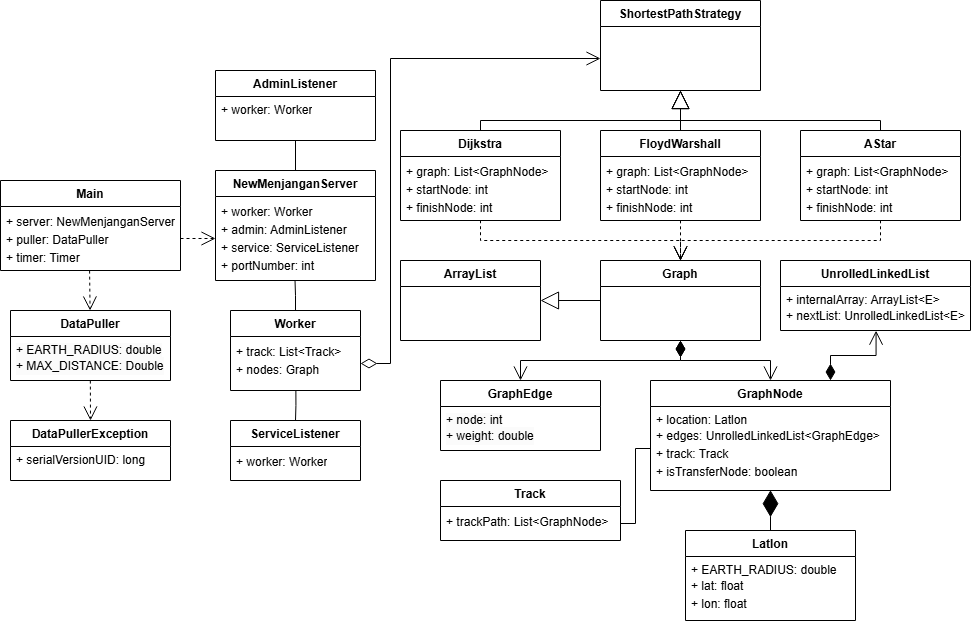
MuhammadAldiRivandi/Skripsi keeps this draw.io diagram as doc/DokumenSkripsi/Gambar/class-diagram-2.png. Above is the earlier version. Source tidied: cells renumbered, new cells last; positions are measured from the earlier drawing's top-left corner, leaving out a move shared by most shapes.
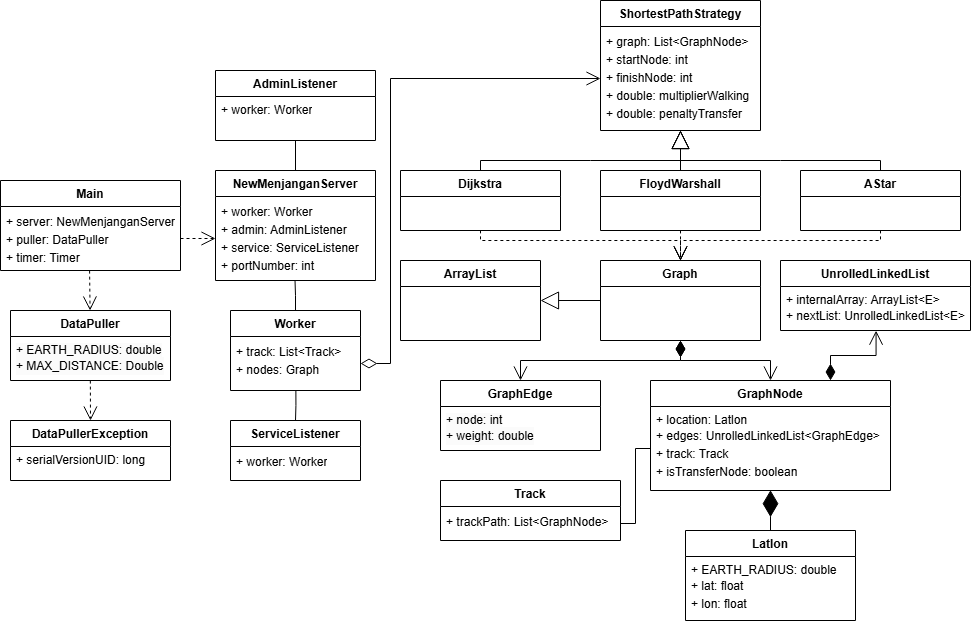
After the commit.

Change to the diagram source:
```diff
@@ -63,11 +63,11 @@
       <mxGeometry relative="1" as="geometry" />
     </mxCell>
     <mxCell id="22" value="Dijkstra" style="swimlane;fontStyle=1;align=center;verticalAlign=top;horizontal=1;startSize=26;whiteSpace=wrap;html=1;" parent="1" vertex="1">
-      <mxGeometry x="400" y="130" width="160" height="90" as="geometry" />
+      <mxGeometry x="400" y="170" width="160" height="60" as="geometry" />
     </mxCell>
-    <mxCell id="23" value="&lt;div style=&quot;line-height: 18px;&quot;&gt;&lt;div style=&quot;line-height: 18px;&quot;&gt;+&amp;nbsp;graph: List&amp;lt;GraphNode&amp;gt;&lt;/div&gt;&lt;div style=&quot;line-height: 18px;&quot;&gt;+ startNode: int&lt;/div&gt;&lt;div style=&quot;line-height: 18px;&quot;&gt;+ finishNode: int&lt;/div&gt;&lt;div style=&quot;line-height: 18px;&quot;&gt;&lt;br&gt;&lt;/div&gt;&lt;/div&gt;" style="text;strokeColor=none;fillColor=none;align=left;verticalAlign=top;spacingLeft=4;spacingRight=4;overflow=hidden;points=[[0,0.5],[1,0.5]];portConstraint=eastwest;whiteSpace=wrap;html=1;" parent="22" vertex="1">
-      <mxGeometry y="26" width="160" height="64" as="geometry" />
-    </mxCell>
+    <mxCell id="55" value="&lt;div style=&quot;line-height: 18px;&quot;&gt;&lt;div style=&quot;line-height: 18px;&quot;&gt;&lt;br&gt;&lt;/div&gt;&lt;/div&gt;" style="text;strokeColor=none;fillColor=none;align=left;verticalAlign=top;spacingLeft=4;spacingRight=4;overflow=hidden;points=[[0,0.5],[1,0.5]];portConstraint=eastwest;whiteSpace=wrap;html=1;" parent="22" vertex="1">
+      <mxGeometry y="26" width="160" height="34" as="geometry" />
+    </mxCell>
     <mxCell id="24" value="Graph" style="swimlane;fontStyle=1;align=center;verticalAlign=top;horizontal=1;startSize=26;whiteSpace=wrap;html=1;" parent="1" vertex="1">
       <mxGeometry x="600" y="260" width="160" height="80" as="geometry" />
     </mxCell>
@@ -120,78 +120,80 @@
       <mxGeometry x="400" y="260" width="140" height="80" as="geometry" />
     </mxCell>
     <mxCell id="41" value="ShortestPathStrategy" style="swimlane;fontStyle=1;align=center;verticalAlign=top;horizontal=1;startSize=26;whiteSpace=wrap;html=1;" parent="1" vertex="1">
-      <mxGeometry x="600" width="160" height="90" as="geometry" />
+      <mxGeometry x="600" width="160" height="130" as="geometry" />
     </mxCell>
-    <mxCell id="42" value="&lt;div style=&quot;line-height: 18px;&quot;&gt;&lt;br&gt;&lt;/div&gt;" style="text;strokeColor=none;fillColor=none;align=left;verticalAlign=top;spacingLeft=4;spacingRight=4;overflow=hidden;points=[[0,0.5],[1,0.5]];portConstraint=eastwest;whiteSpace=wrap;html=1;" parent="41" vertex="1">
-      <mxGeometry y="26" width="160" height="64" as="geometry" />
-    </mxCell>
+    <mxCell id="56" value="&lt;div style=&quot;line-height: 18px;&quot;&gt;&lt;div style=&quot;line-height: 18px;&quot;&gt;+&amp;nbsp;graph: List&amp;lt;GraphNode&amp;gt;&lt;/div&gt;&lt;div style=&quot;line-height: 18px;&quot;&gt;+ startNode: int&lt;/div&gt;&lt;div style=&quot;line-height: 18px;&quot;&gt;+ finishNode: int&lt;/div&gt;&lt;div style=&quot;line-height: 18px;&quot;&gt;&lt;div style=&quot;line-height: 18px;&quot;&gt;+&amp;nbsp;double: multiplierWalking&lt;/div&gt;&lt;div style=&quot;line-height: 18px;&quot;&gt;+ double: penaltyTransfer&lt;/div&gt;&lt;/div&gt;&lt;/div&gt;" style="text;strokeColor=none;fillColor=none;align=left;verticalAlign=top;spacingLeft=4;spacingRight=4;overflow=hidden;points=[[0,0.5],[1,0.5]];portConstraint=eastwest;whiteSpace=wrap;html=1;" parent="41" vertex="1">
+      <mxGeometry y="26" width="160" height="104" as="geometry" />
+    </mxCell>
     <mxCell id="43" value="AStar" style="swimlane;fontStyle=1;align=center;verticalAlign=top;horizontal=1;startSize=26;whiteSpace=wrap;html=1;" parent="1" vertex="1">
-      <mxGeometry x="800" y="130" width="160" height="90" as="geometry" />
+      <mxGeometry x="800" y="170" width="160" height="60" as="geometry" />
     </mxCell>
-    <mxCell id="44" value="&lt;div style=&quot;line-height: 18px;&quot;&gt;&lt;div style=&quot;line-height: 18px;&quot;&gt;+&amp;nbsp;graph: List&amp;lt;GraphNode&amp;gt;&lt;/div&gt;&lt;div style=&quot;line-height: 18px;&quot;&gt;+ startNode: int&lt;/div&gt;&lt;div style=&quot;line-height: 18px;&quot;&gt;+ finishNode: int&lt;/div&gt;&lt;div style=&quot;line-height: 18px;&quot;&gt;&lt;br&gt;&lt;/div&gt;&lt;/div&gt;" style="text;strokeColor=none;fillColor=none;align=left;verticalAlign=top;spacingLeft=4;spacingRight=4;overflow=hidden;points=[[0,0.5],[1,0.5]];portConstraint=eastwest;whiteSpace=wrap;html=1;" parent="43" vertex="1">
-      <mxGeometry y="26" width="160" height="64" as="geometry" />
-    </mxCell>
+    <mxCell id="57" value="&lt;div style=&quot;line-height: 18px;&quot;&gt;&lt;div style=&quot;line-height: 18px;&quot;&gt;&lt;br&gt;&lt;/div&gt;&lt;/div&gt;" style="text;strokeColor=none;fillColor=none;align=left;verticalAlign=top;spacingLeft=4;spacingRight=4;overflow=hidden;points=[[0,0.5],[1,0.5]];portConstraint=eastwest;whiteSpace=wrap;html=1;" parent="43" vertex="1">
+      <mxGeometry y="26" width="160" height="34" as="geometry" />
+    </mxCell>
     <mxCell id="45" value="FloydWarshall" style="swimlane;fontStyle=1;align=center;verticalAlign=top;horizontal=1;startSize=26;whiteSpace=wrap;html=1;" parent="1" vertex="1">
-      <mxGeometry x="600" y="130" width="160" height="90" as="geometry" />
+      <mxGeometry x="600" y="170" width="160" height="60" as="geometry" />
     </mxCell>
-    <mxCell id="46" value="&lt;div style=&quot;line-height: 18px;&quot;&gt;&lt;div style=&quot;line-height: 18px;&quot;&gt;+&amp;nbsp;graph: List&amp;lt;GraphNode&amp;gt;&lt;/div&gt;&lt;div style=&quot;line-height: 18px;&quot;&gt;+ startNode: int&lt;/div&gt;&lt;div style=&quot;line-height: 18px;&quot;&gt;+ finishNode: int&lt;/div&gt;&lt;div style=&quot;line-height: 18px;&quot;&gt;&lt;br&gt;&lt;/div&gt;&lt;/div&gt;" style="text;strokeColor=none;fillColor=none;align=left;verticalAlign=top;spacingLeft=4;spacingRight=4;overflow=hidden;points=[[0,0.5],[1,0.5]];portConstraint=eastwest;whiteSpace=wrap;html=1;" parent="45" vertex="1">
-      <mxGeometry y="26" width="160" height="64" as="geometry" />
-    </mxCell>
+    <mxCell id="58" value="&lt;div style=&quot;line-height: 18px;&quot;&gt;&lt;div style=&quot;line-height: 18px;&quot;&gt;&lt;br&gt;&lt;/div&gt;&lt;/div&gt;" style="text;strokeColor=none;fillColor=none;align=left;verticalAlign=top;spacingLeft=4;spacingRight=4;overflow=hidden;points=[[0,0.5],[1,0.5]];portConstraint=eastwest;whiteSpace=wrap;html=1;" parent="45" vertex="1">
+      <mxGeometry y="26" width="160" height="34" as="geometry" />
+    </mxCell>
     <mxCell id="47" style="endArrow=block;endSize=16;endFill=0;html=1;rounded=0;exitX=0;exitY=0.5;exitDx=0;exitDy=0;entryX=1;entryY=0.5;entryDx=0;entryDy=0;" parent="1" edge="1" source="24" target="40">
       <mxGeometry relative="1" as="geometry" />
     </mxCell>
-    <mxCell id="48" style="endArrow=open;endSize=12;dashed=1;html=1;rounded=0;exitX=0.5;exitY=0.996;exitDx=0;exitDy=0;exitPerimeter=0;entryX=0.5;entryY=0;entryDx=0;entryDy=0;" parent="1" edge="1" source="23" target="24">
-      <mxGeometry relative="1" as="geometry">
-        <Array as="points">
-          <mxPoint x="480" y="240" />
-          <mxPoint x="680" y="240" />
-        </Array>
-      </mxGeometry>
-    </mxCell>
-    <mxCell id="49" style="endArrow=open;endSize=12;dashed=1;html=1;rounded=0;exitX=0.5;exitY=0.998;exitDx=0;exitDy=0;exitPerimeter=0;" parent="1" edge="1" source="46">
-      <mxGeometry relative="1" as="geometry">
-        <mxPoint x="680" y="260" as="targetPoint" />
-      </mxGeometry>
-    </mxCell>
-    <mxCell id="50" style="endArrow=open;endSize=12;dashed=1;html=1;rounded=0;exitX=0.5;exitY=0.997;exitDx=0;exitDy=0;exitPerimeter=0;" parent="1" edge="1" source="44">
-      <mxGeometry relative="1" as="geometry">
-        <mxPoint x="680" y="260" as="targetPoint" />
-        <Array as="points">
-          <mxPoint x="880" y="240" />
-          <mxPoint x="680" y="240" />
-        </Array>
-      </mxGeometry>
-    </mxCell>
-    <mxCell id="51" style="endArrow=open;html=1;endSize=12;startArrow=diamondThin;startSize=14;startFill=0;edgeStyle=orthogonalEdgeStyle;align=left;verticalAlign=bottom;rounded=0;exitX=1;exitY=0.5;exitDx=0;exitDy=0;entryX=0;entryY=0.5;entryDx=0;entryDy=0;" parent="1" edge="1" source="17" target="42">
-      <mxGeometry x="-1" y="3" relative="1" as="geometry">
-        <Array as="points">
-          <mxPoint x="390" y="363" />
-          <mxPoint x="390" y="58" />
-        </Array>
-      </mxGeometry>
-    </mxCell>
-    <mxCell id="52" style="endArrow=block;endSize=16;endFill=0;html=1;rounded=0;exitX=0.5;exitY=0;exitDx=0;exitDy=0;" parent="1" edge="1" source="22">
-      <mxGeometry relative="1" as="geometry">
-        <mxPoint x="680" y="90" as="targetPoint" />
-        <Array as="points">
-          <mxPoint x="480" y="120" />
-          <mxPoint x="680" y="120" />
-        </Array>
-      </mxGeometry>
-    </mxCell>
-    <mxCell id="53" style="endArrow=block;endSize=16;endFill=0;html=1;rounded=0;exitX=0.5;exitY=0;exitDx=0;exitDy=0;" parent="1" edge="1" source="45">
-      <mxGeometry relative="1" as="geometry">
-        <mxPoint x="680" y="90" as="targetPoint" />
-      </mxGeometry>
-    </mxCell>
-    <mxCell id="54" style="endArrow=block;endSize=16;endFill=0;html=1;rounded=0;exitX=0.5;exitY=0;exitDx=0;exitDy=0;" parent="1" edge="1" source="43">
-      <mxGeometry x="0.08" relative="1" as="geometry">
-        <mxPoint x="680" y="90" as="targetPoint" />
-        <Array as="points">
-          <mxPoint x="880" y="120" />
-          <mxPoint x="680" y="120" />
-        </Array>
-      </mxGeometry>
-    </mxCell>
+    <mxCell id="59" style="endArrow=open;endSize=12;dashed=1;html=1;rounded=0;exitX=0.5;exitY=0.996;exitDx=0;exitDy=0;exitPerimeter=0;entryX=0.5;entryY=0;entryDx=0;entryDy=0;" parent="1" edge="1" source="55" target="24">
+      <mxGeometry relative="1" as="geometry">
+        <Array as="points">
+          <mxPoint x="480" y="240" />
+          <mxPoint x="680" y="240" />
+        </Array>
+      </mxGeometry>
+    </mxCell>
+    <mxCell id="60" style="endArrow=open;endSize=12;dashed=1;html=1;rounded=0;exitX=0.5;exitY=0.998;exitDx=0;exitDy=0;exitPerimeter=0;" parent="1" edge="1" source="58">
+      <mxGeometry relative="1" as="geometry">
+        <mxPoint x="680" y="260" as="targetPoint" />
+      </mxGeometry>
+    </mxCell>
+    <mxCell id="61" style="endArrow=open;endSize=12;dashed=1;html=1;rounded=0;exitX=0.5;exitY=0.997;exitDx=0;exitDy=0;exitPerimeter=0;" parent="1" edge="1" source="57">
+      <mxGeometry relative="1" as="geometry">
+        <mxPoint x="680" y="260" as="targetPoint" />
+        <Array as="points">
+          <mxPoint x="880" y="240" />
+          <mxPoint x="680" y="240" />
+        </Array>
+      </mxGeometry>
+    </mxCell>
+    <mxCell id="62" style="endArrow=open;html=1;endSize=12;startArrow=diamondThin;startSize=14;startFill=0;edgeStyle=orthogonalEdgeStyle;align=left;verticalAlign=bottom;rounded=0;exitX=1;exitY=0.5;exitDx=0;exitDy=0;entryX=0;entryY=0.5;entryDx=0;entryDy=0;" parent="1" edge="1" source="17" target="56">
+      <mxGeometry x="-1" y="3" relative="1" as="geometry">
+        <Array as="points">
+          <mxPoint x="390" y="363" />
+          <mxPoint x="390" y="78" />
+        </Array>
+      </mxGeometry>
+    </mxCell>
+    <mxCell id="63" style="endArrow=block;endSize=16;endFill=0;html=1;rounded=0;exitX=0.5;exitY=0;exitDx=0;exitDy=0;" parent="1" edge="1" source="22">
+      <mxGeometry relative="1" as="geometry">
+        <mxPoint x="680" y="130" as="targetPoint" />
+        <Array as="points">
+          <mxPoint x="480" y="160" />
+          <mxPoint x="590" y="160" />
+          <mxPoint x="680" y="160" />
+        </Array>
+      </mxGeometry>
+    </mxCell>
+    <mxCell id="64" style="endArrow=block;endSize=16;endFill=0;html=1;rounded=0;exitX=0.5;exitY=0;exitDx=0;exitDy=0;" parent="1" edge="1" source="45">
+      <mxGeometry relative="1" as="geometry">
+        <mxPoint x="680" y="130" as="targetPoint" />
+      </mxGeometry>
+    </mxCell>
+    <mxCell id="65" style="endArrow=block;endSize=16;endFill=0;html=1;rounded=0;exitX=0.5;exitY=0;exitDx=0;exitDy=0;" parent="1" edge="1" source="43">
+      <mxGeometry x="0.08" relative="1" as="geometry">
+        <mxPoint x="680" y="130" as="targetPoint" />
+        <Array as="points">
+          <mxPoint x="880" y="160" />
+          <mxPoint x="780" y="160" />
+          <mxPoint x="680" y="160" />
+        </Array>
+      </mxGeometry>
+    </mxCell>
   </root>
 </mxGraphModel>
```
